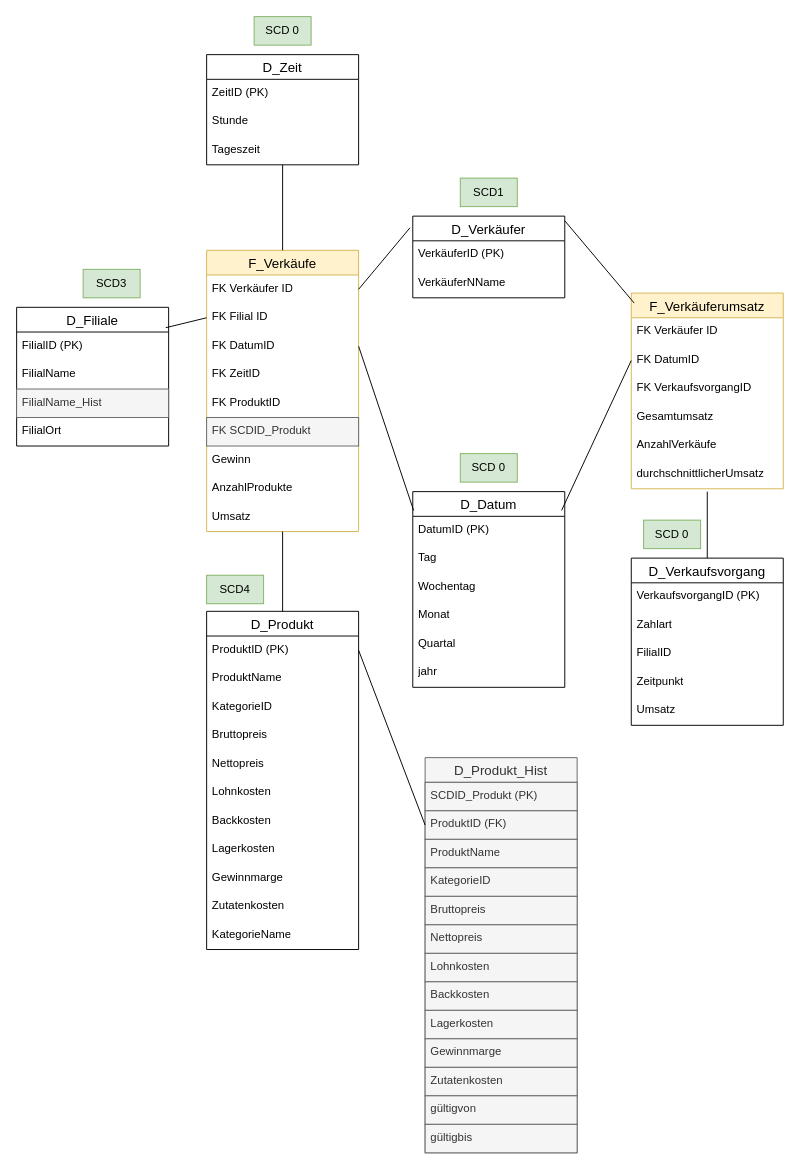
The draw.io diagram Galaxyschema_BrotZeit_mitSCD.drawio in Thoerchen/BackZeit, before the edit. Source tidied: cells renumbered, new cells numbered last; positions are measured from the earlier drawing's top-left corner, leaving out a move shared by most shapes. Both pictures are drawn from the tidied source at 95%, with x=0, y=0 at pixel (16, 16).
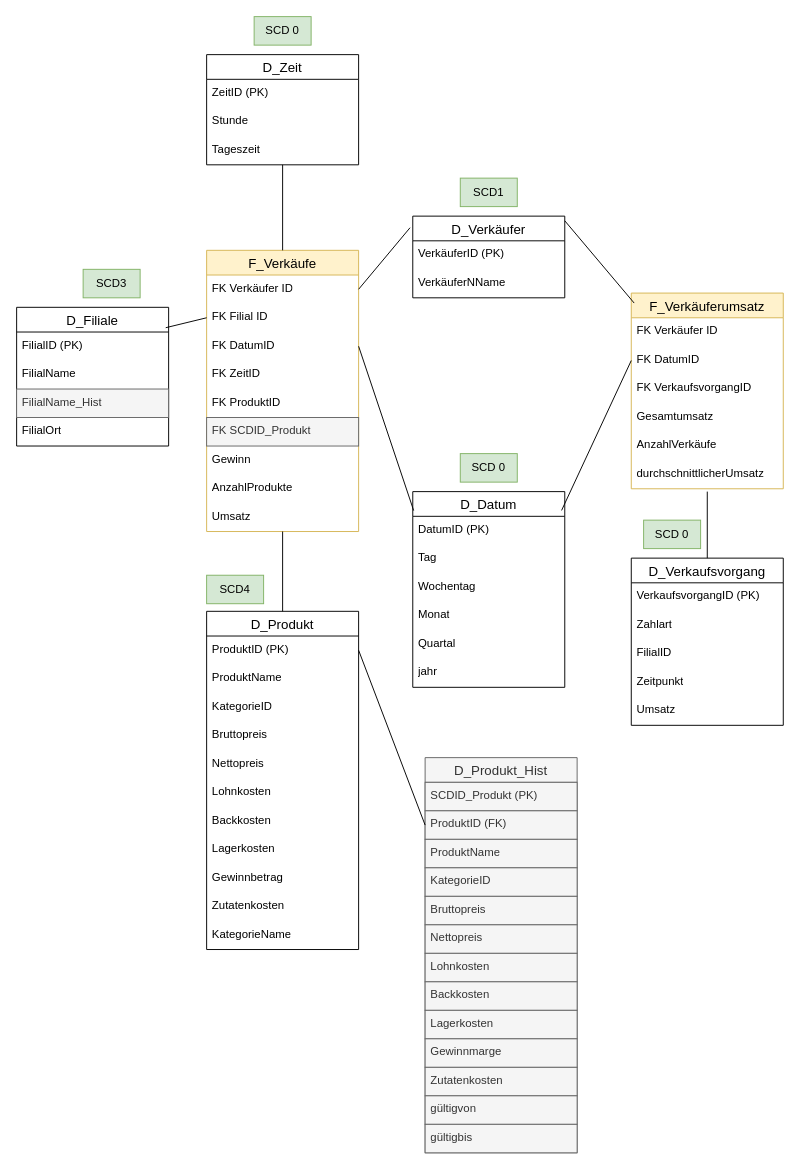
After the change.

Commit message (it also covers changes not shown here):
Update Gewinnmarge zu Gewinnbetrag

The change refers to these unchanged cells:
```xml
<mxCell id="31" value="D_Produkt" style="swimlane;fontStyle=0;horizontal=1;startSize=26;align=center;fontSize=14;" parent="1" vertex="1">
  <mxGeometry x="200" y="626" width="160" height="356" as="geometry" />
</mxCell>
```

Change to the diagram source:
```diff
@@
-    <mxCell id="40" value="Gewinnmarge" style="text;strokeColor=none;fillColor=none;spacingLeft=4;spacingRight=4;overflow=hidden;fontSize=12;whiteSpace=wrap;html=1;" parent="31" vertex="1">
+    <mxCell id="40" value="Gewinnbetrag" style="text;strokeColor=none;fillColor=none;spacingLeft=4;spacingRight=4;overflow=hidden;fontSize=12;whiteSpace=wrap;html=1;" parent="31" vertex="1">
       <mxGeometry y="266" width="160" height="30" as="geometry" />
     </mxCell>
```
